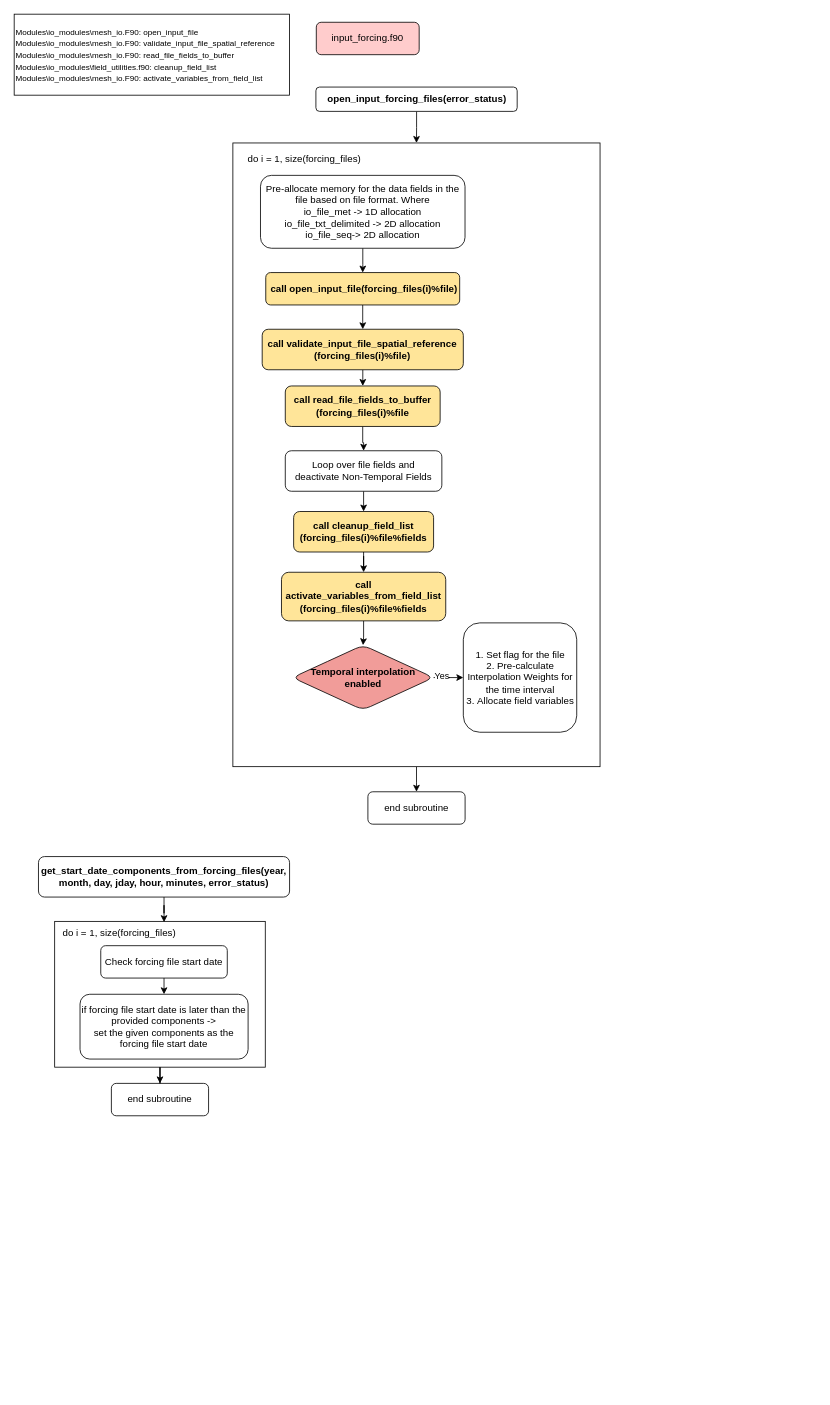
Earlier version of the draw.io diagram input_forcing.drawio (MeshMapping/r1813_Mappings). Source tidied: cells renumbered, new cells numbered last; positions are measured from the earlier drawing's top-left corner, leaving out a move shared by most shapes. Both pictures are drawn from the tidied source at 81%, with x=0, y=0 at pixel (14, 14).
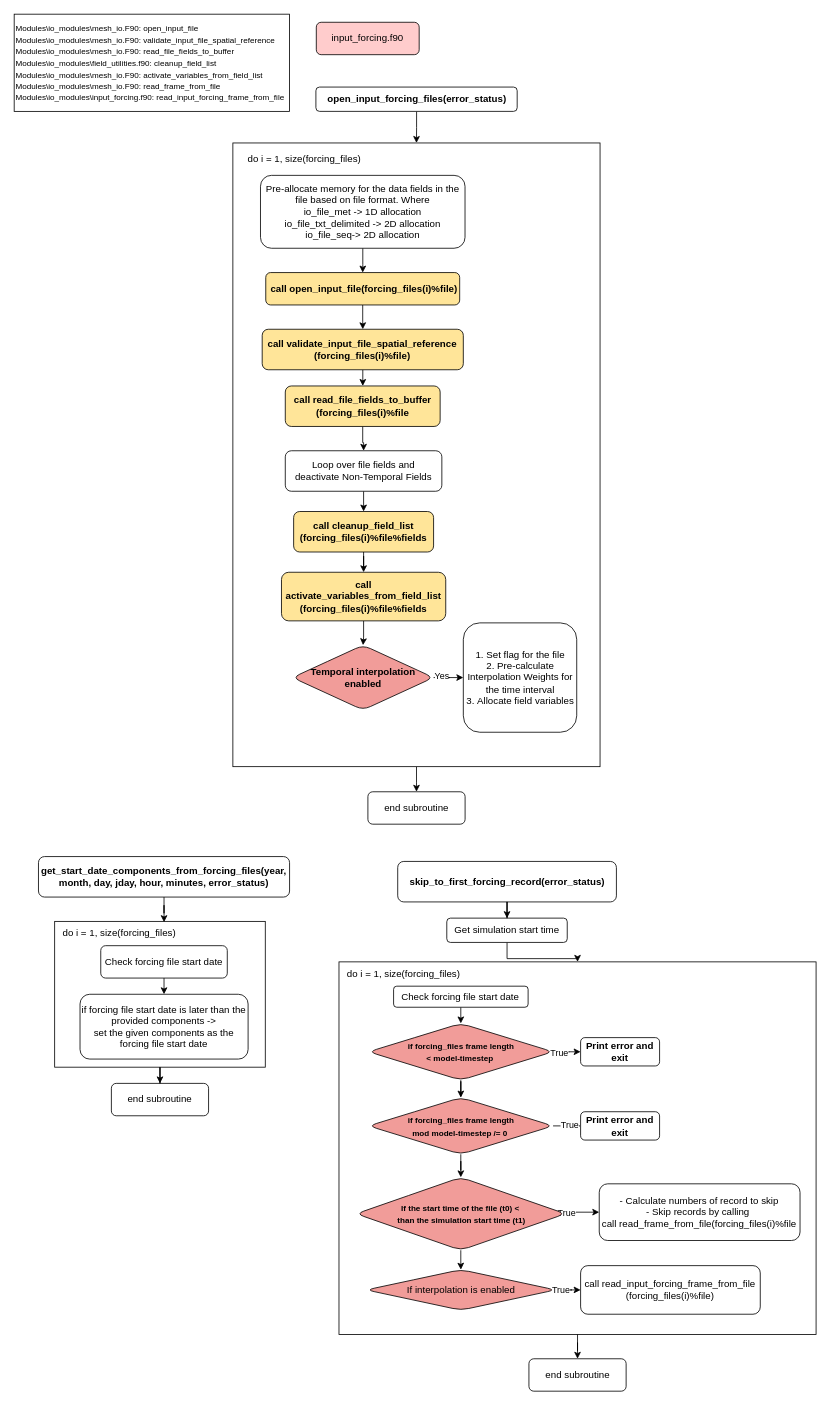
The same diagram, later.

Commit message:
Input forcing file updated

The edit, as a diff of the source:
```diff
@@
-    <mxCell id="28" value="&lt;div&gt;&lt;font size=&quot;1&quot;&gt;Modules\io_modules\mesh_io.F90: open_input_file&lt;/font&gt;&lt;/div&gt;&lt;div&gt;&lt;font size=&quot;1&quot;&gt;Modules\io_modules\mesh_io.F90: validate_input_file_spatial_reference&lt;/font&gt;&lt;/div&gt;&lt;div&gt;&lt;font size=&quot;1&quot;&gt;Modules\io_modules\mesh_io.F90: read_file_fields_to_buffer&lt;/font&gt;&lt;/div&gt;&lt;div&gt;&lt;font size=&quot;1&quot;&gt;Modules\io_modules\field_utilities.f90: cleanup_field_list&lt;/font&gt;&lt;/div&gt;&lt;div&gt;&lt;font size=&quot;1&quot;&gt;Modules\io_modules\mesh_io.F90: activate_variables_from_field_list&lt;/font&gt;&lt;/div&gt;" style="rounded=0;whiteSpace=wrap;html=1;align=left;" parent="1" vertex="1">
-      <mxGeometry width="340" height="100" as="geometry" />
+    <mxCell id="28" value="&lt;div&gt;&lt;font size=&quot;1&quot;&gt;Modules\io_modules\mesh_io.F90: open_input_file&lt;/font&gt;&lt;/div&gt;&lt;div&gt;&lt;font size=&quot;1&quot;&gt;Modules\io_modules\mesh_io.F90: validate_input_file_spatial_reference&lt;/font&gt;&lt;/div&gt;&lt;div&gt;&lt;font size=&quot;1&quot;&gt;Modules\io_modules\mesh_io.F90: read_file_fields_to_buffer&lt;/font&gt;&lt;/div&gt;&lt;div&gt;&lt;font size=&quot;1&quot;&gt;Modules\io_modules\field_utilities.f90: cleanup_field_list&lt;/font&gt;&lt;/div&gt;&lt;div&gt;&lt;font size=&quot;1&quot;&gt;Modules\io_modules\mesh_io.F90: activate_variables_from_field_list&lt;/font&gt;&lt;/div&gt;&lt;div&gt;&lt;font size=&quot;1&quot;&gt;Modules\io_modules\mesh_io.F90: read_frame_from_file&lt;br&gt;&lt;/font&gt;&lt;/div&gt;&lt;div&gt;&lt;font size=&quot;1&quot;&gt;Modules\io_modules\input_forcing.f90: read_input_forcing_frame_from_file&lt;br&gt;&lt;/font&gt;&lt;/div&gt;" style="rounded=0;whiteSpace=wrap;html=1;align=left;" parent="1" vertex="1">
+      <mxGeometry width="340" height="120" as="geometry" />
     </mxCell>
@@
+    <mxCell id="38" value="skip_to_first_forcing_record(error_status)" style="rounded=1;whiteSpace=wrap;html=1;fontStyle=1;" parent="1" vertex="1">
+      <mxGeometry x="473.5" y="1046" width="270" height="50" as="geometry" />
+    </mxCell>
+    <mxCell id="39" style="edgeStyle=orthogonalEdgeStyle;rounded=0;jettySize=auto;html=1;" parent="1" edge="1" source="40" target="43">
+      <mxGeometry relative="1" as="geometry" />
+    </mxCell>
+    <mxCell id="40" value="&lt;span style=&quot;font-weight: 400;&quot;&gt;Get simulation start time&lt;/span&gt;" style="whiteSpace=wrap;html=1;rounded=1;fontStyle=1;" parent="1" vertex="1">
+      <mxGeometry x="534.1" y="1116" width="148.7" height="30" as="geometry" />
+    </mxCell>
+    <mxCell id="41" value="&lt;span style=&quot;font-weight: 400;&quot;&gt;end subroutine&lt;/span&gt;" style="whiteSpace=wrap;html=1;fillColor=#FFFFFF;rounded=1;fontStyle=1;" parent="1" vertex="1">
+      <mxGeometry x="635.5" y="1660" width="120" height="40" as="geometry" />
+    </mxCell>
+    <mxCell id="42" style="edgeStyle=orthogonalEdgeStyle;rounded=0;jettySize=auto;html=1;entryX=0.5;entryY=0;entryDx=0;entryDy=0;" parent="1" edge="1" source="38" target="40">
+      <mxGeometry relative="1" as="geometry" />
+    </mxCell>
+    <mxCell id="43" style="rounded=0;whiteSpace=wrap;html=1;" parent="1" vertex="1">
+      <mxGeometry x="401" y="1170" width="589" height="460" as="geometry" />
+    </mxCell>
+    <mxCell id="44" style="edgeStyle=orthogonalEdgeStyle;rounded=0;jettySize=auto;html=1;" parent="1" edge="1" source="45" target="50">
+      <mxGeometry relative="1" as="geometry" />
+    </mxCell>
+    <mxCell id="45" value="&lt;span style=&quot;font-weight: normal;&quot;&gt;Check forcing file start date&lt;/span&gt;" style="whiteSpace=wrap;html=1;rounded=1;fontStyle=1;" parent="1" vertex="1">
+      <mxGeometry x="468.4" y="1200" width="166.1" height="26" as="geometry" />
+    </mxCell>
+    <mxCell id="46" value="do i = 1, size(forcing_files)" style="text;html=1;align=center;verticalAlign=middle;whiteSpace=wrap;rounded=0;" parent="1" vertex="1">
+      <mxGeometry x="401" y="1170" width="160" height="30" as="geometry" />
+    </mxCell>
+    <mxCell id="47" style="edgeStyle=orthogonalEdgeStyle;rounded=0;jettySize=auto;html=1;" parent="1" edge="1" source="50" target="51">
+      <mxGeometry relative="1" as="geometry" />
+    </mxCell>
+    <mxCell id="48" value="True" style="edgeLabel;html=1;align=center;verticalAlign=middle;" parent="47" vertex="1">
+      <mxGeometry x="-0.71" y="-1" relative="1" as="geometry" />
+    </mxCell>
+    <mxCell id="49" style="edgeStyle=orthogonalEdgeStyle;rounded=0;jettySize=auto;html=1;" parent="1" edge="1" source="50" target="55">
+      <mxGeometry relative="1" as="geometry" />
+    </mxCell>
+    <mxCell id="50" value="&lt;font style=&quot;font-size: 10px;&quot;&gt;if forcing_files frame length&lt;/font&gt;&lt;div&gt;&lt;font style=&quot;font-size: 10px;&quot;&gt;&amp;lt; model-timestep&amp;nbsp;&lt;/font&gt;&lt;/div&gt;" style="rhombus;whiteSpace=wrap;html=1;rounded=1;fontStyle=1;fillColor=#F19C99;" parent="1" vertex="1">
+      <mxGeometry x="437.5" y="1246" width="227.8" height="70" as="geometry" />
+    </mxCell>
+    <mxCell id="51" value="Print error and exit" style="whiteSpace=wrap;html=1;fillColor=#FFFFFF;rounded=1;fontStyle=1;" parent="1" vertex="1">
+      <mxGeometry x="699.3" y="1263.5" width="97.5" height="35" as="geometry" />
+    </mxCell>
+    <mxCell id="52" style="edgeStyle=orthogonalEdgeStyle;rounded=0;jettySize=auto;html=1;entryX=0;entryY=0.5;entryDx=0;entryDy=0;" parent="1" edge="1" source="55" target="56">
+      <mxGeometry relative="1" as="geometry" />
+    </mxCell>
+    <mxCell id="53" value="True" style="edgeLabel;html=1;align=center;verticalAlign=middle;" parent="52" vertex="1">
+      <mxGeometry x="0.38" y="3" relative="1" as="geometry">
+        <mxPoint y="1" as="offset" />
+      </mxGeometry>
+    </mxCell>
+    <mxCell id="54" style="edgeStyle=orthogonalEdgeStyle;rounded=0;jettySize=auto;html=1;" parent="1" edge="1" source="55" target="60">
+      <mxGeometry relative="1" as="geometry" />
+    </mxCell>
+    <mxCell id="55" value="&lt;font style=&quot;font-size: 10px;&quot;&gt;if forcing_files frame length&lt;/font&gt;&lt;div&gt;&lt;font style=&quot;font-size: 10px;&quot;&gt;mod model-timestep /= 0&amp;nbsp;&lt;/font&gt;&lt;/div&gt;" style="rhombus;whiteSpace=wrap;html=1;rounded=1;fontStyle=1;fillColor=#F19C99;" parent="1" vertex="1">
+      <mxGeometry x="437.5" y="1337.5" width="227.8" height="70" as="geometry" />
+    </mxCell>
+    <mxCell id="56" value="Print error and exit" style="whiteSpace=wrap;html=1;fillColor=#FFFFFF;rounded=1;fontStyle=1;" parent="1" vertex="1">
+      <mxGeometry x="699.3" y="1355" width="97.5" height="35" as="geometry" />
+    </mxCell>
+    <mxCell id="57" style="edgeStyle=orthogonalEdgeStyle;rounded=0;jettySize=auto;html=1;exitX=0.935;exitY=0.478;exitDx=0;exitDy=0;exitPerimeter=0;" parent="1" edge="1" source="60" target="61">
+      <mxGeometry relative="1" as="geometry" />
+    </mxCell>
+    <mxCell id="58" value="True" style="edgeLabel;html=1;align=center;verticalAlign=middle;" parent="57" vertex="1">
+      <mxGeometry x="-0.4" relative="1" as="geometry" />
+    </mxCell>
+    <mxCell id="59" style="edgeStyle=orthogonalEdgeStyle;rounded=0;jettySize=auto;html=1;" parent="1" edge="1" source="60" target="64">
+      <mxGeometry relative="1" as="geometry" />
+    </mxCell>
+    <mxCell id="60" value="&lt;span style=&quot;font-size: 10px;&quot;&gt;If the start time of the file (t0) &amp;lt;&lt;/span&gt;&lt;div&gt;&lt;span style=&quot;font-size: 10px;&quot;&gt;&amp;nbsp;than the simulation start time (t1)&lt;/span&gt;&lt;/div&gt;" style="rhombus;whiteSpace=wrap;html=1;rounded=1;fontStyle=1;fillColor=#F19C99;" parent="1" vertex="1">
+      <mxGeometry x="422.2" y="1436" width="258.4" height="90" as="geometry" />
+    </mxCell>
+    <mxCell id="61" value="&lt;span style=&quot;font-weight: normal;&quot;&gt;- Calculate numbers of record to skip&lt;/span&gt;&lt;div&gt;&lt;span style=&quot;font-weight: normal;&quot;&gt;- Skip records by calling&amp;nbsp;&lt;/span&gt;&lt;/div&gt;&lt;div&gt;&lt;span style=&quot;font-weight: 400;&quot;&gt;call read_frame_from_file(forcing_files(i)%file&lt;/span&gt;&lt;br&gt;&lt;/div&gt;" style="whiteSpace=wrap;html=1;fillColor=#FFFFFF;rounded=1;fontStyle=1;" parent="1" vertex="1">
+      <mxGeometry x="722.3" y="1444" width="247.9" height="70" as="geometry" />
+    </mxCell>
+    <mxCell id="62" style="edgeStyle=orthogonalEdgeStyle;rounded=0;jettySize=auto;html=1;exitX=0.973;exitY=0.5;exitDx=0;exitDy=0;exitPerimeter=0;" parent="1" edge="1" source="64" target="65">
+      <mxGeometry relative="1" as="geometry" />
+    </mxCell>
+    <mxCell id="63" value="True" style="edgeLabel;html=1;align=center;verticalAlign=middle;" parent="62" vertex="1">
+      <mxGeometry x="-0.57" y="1" relative="1" as="geometry" />
+    </mxCell>
+    <mxCell id="64" value="&lt;span style=&quot;font-weight: normal;&quot;&gt;If interpolation is enabled&lt;br&gt;&lt;/span&gt;" style="rhombus;whiteSpace=wrap;html=1;fillColor=#F19C99;rounded=1;fontStyle=1;" parent="1" vertex="1">
+      <mxGeometry x="434.6" y="1550" width="233.8" height="50" as="geometry" />
+    </mxCell>
+    <mxCell id="65" value="&lt;span style=&quot;font-weight: normal;&quot;&gt;call read_input_forcing_frame_from_file&lt;/span&gt;&lt;div&gt;&lt;span style=&quot;font-weight: normal;&quot;&gt;(forcing_files(i)%file)&lt;/span&gt;&lt;/div&gt;" style="whiteSpace=wrap;html=1;fillColor=#FFFFFF;rounded=1;fontStyle=1;" parent="1" vertex="1">
+      <mxGeometry x="699.3" y="1545" width="221.8" height="60" as="geometry" />
+    </mxCell>
+    <mxCell id="66" style="edgeStyle=orthogonalEdgeStyle;rounded=0;jettySize=auto;html=1;entryX=0.5;entryY=0;entryDx=0;entryDy=0;" parent="1" edge="1" source="43" target="41">
+      <mxGeometry relative="1" as="geometry" />
+    </mxCell>
```
